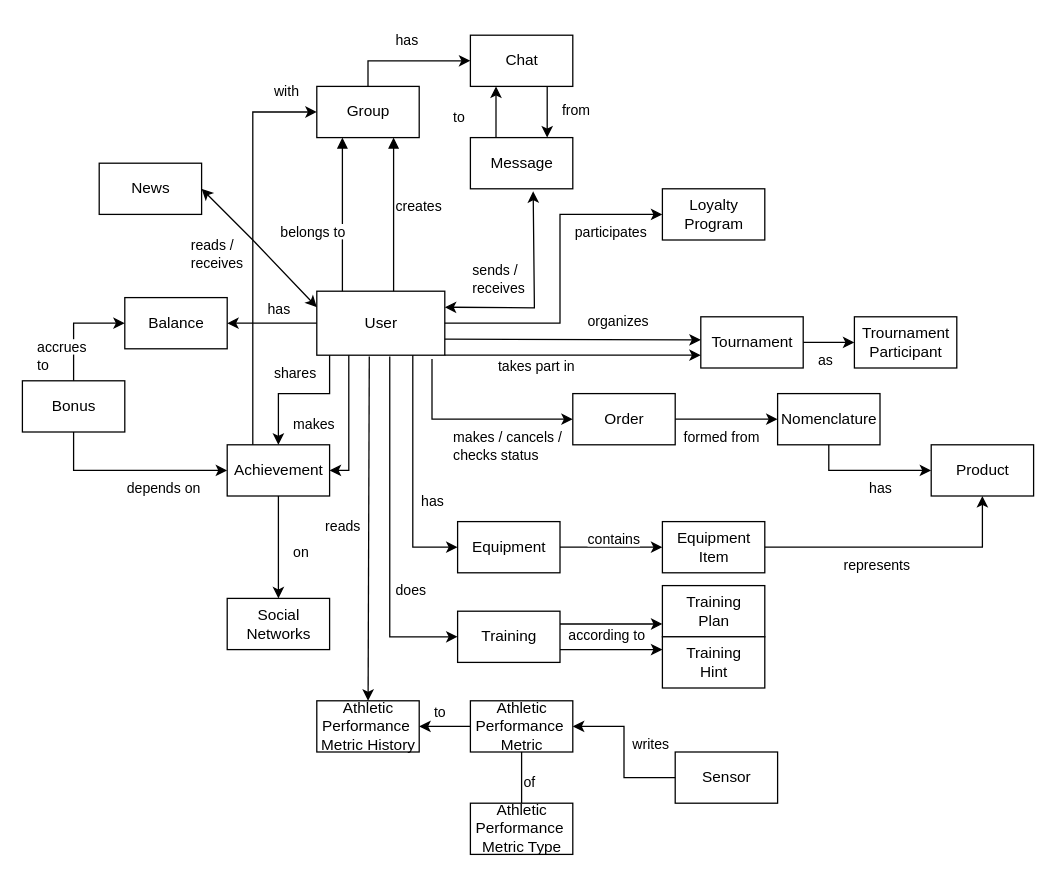
Earlier version of the draw.io diagram assets/arch.concept.drawio (ariverrun/coursework). Source tidied: cells renumbered, new cells numbered last; positions are measured from the earlier drawing's top-left corner, leaving out a move shared by most shapes. Both pictures are drawn from the tidied source at 128%, with x=0, y=0 at pixel (22, 22).
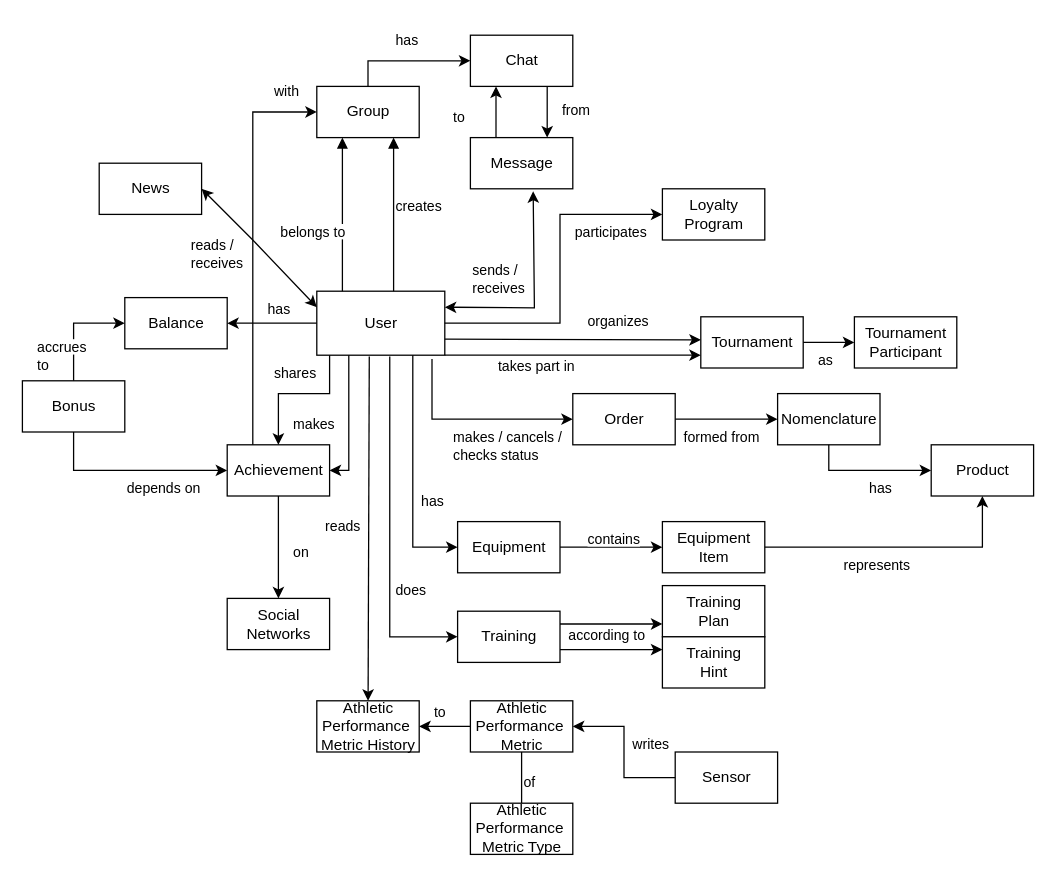
After the change.

Commit message (it also covers changes not shown here):
4th use case

Change to the diagram source:
```diff
@@
-    <mxCell id="84" value="Trournament&lt;br&gt;Participant" style="html=1;" parent="1" vertex="1">
+    <mxCell id="84" value="Tournament&lt;br&gt;Participant" style="html=1;" parent="1" vertex="1">
       <mxGeometry x="650" y="230" width="80" height="40" as="geometry" />
     </mxCell>
```
